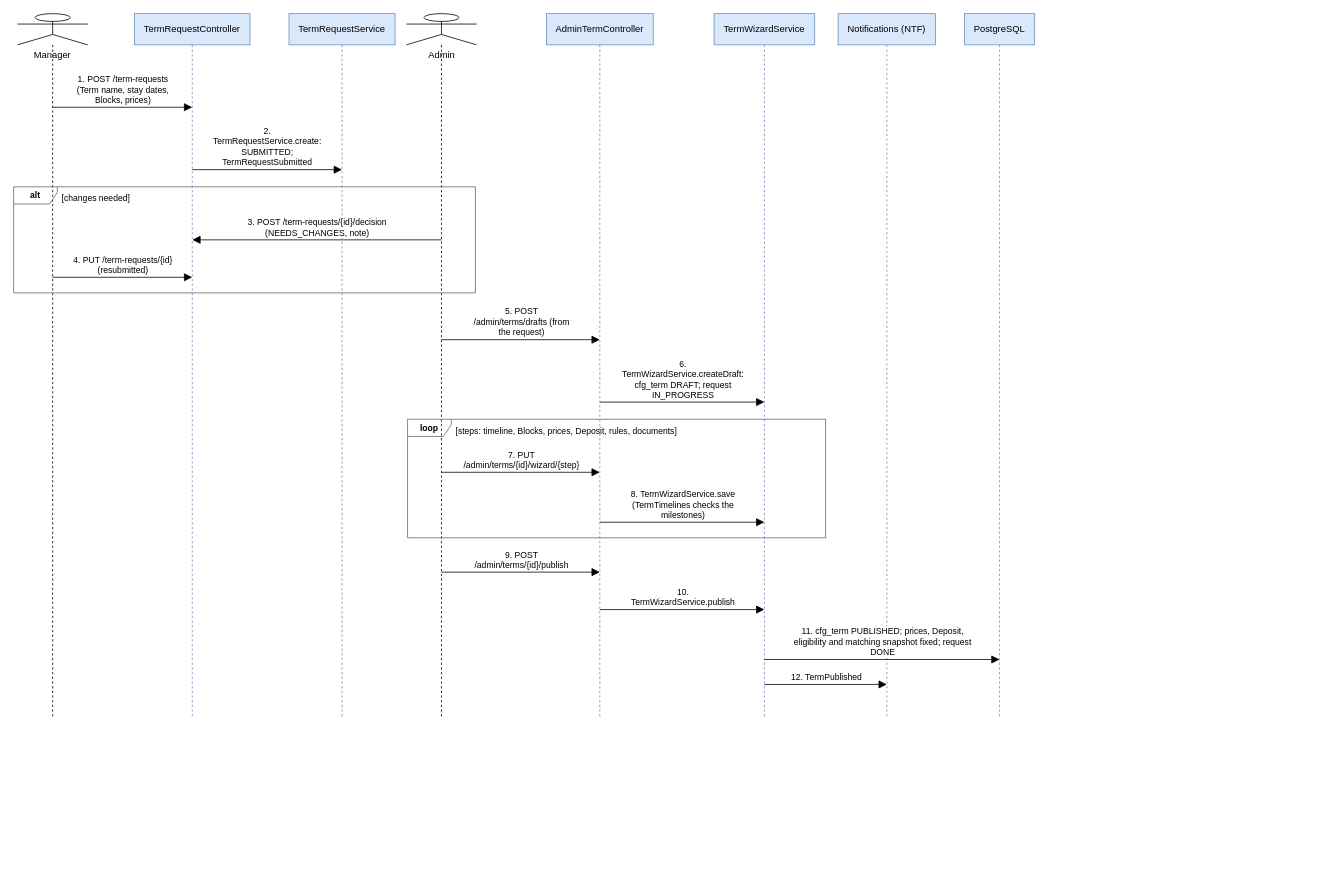
tisou47/CampusStay-FPT keeps this draw.io diagram as docs/Diagrams/07_Sequence/seq-13-term-wizard-publish.drawio. Above is the earlier version. Source tidied: cells renumbered, new cells numbered last; positions are measured from the earlier drawing's top-left corner, leaving out a move shared by most shapes. Both pictures are drawn from the tidied source at 78%, with x=0, y=0 at pixel (13, 13).
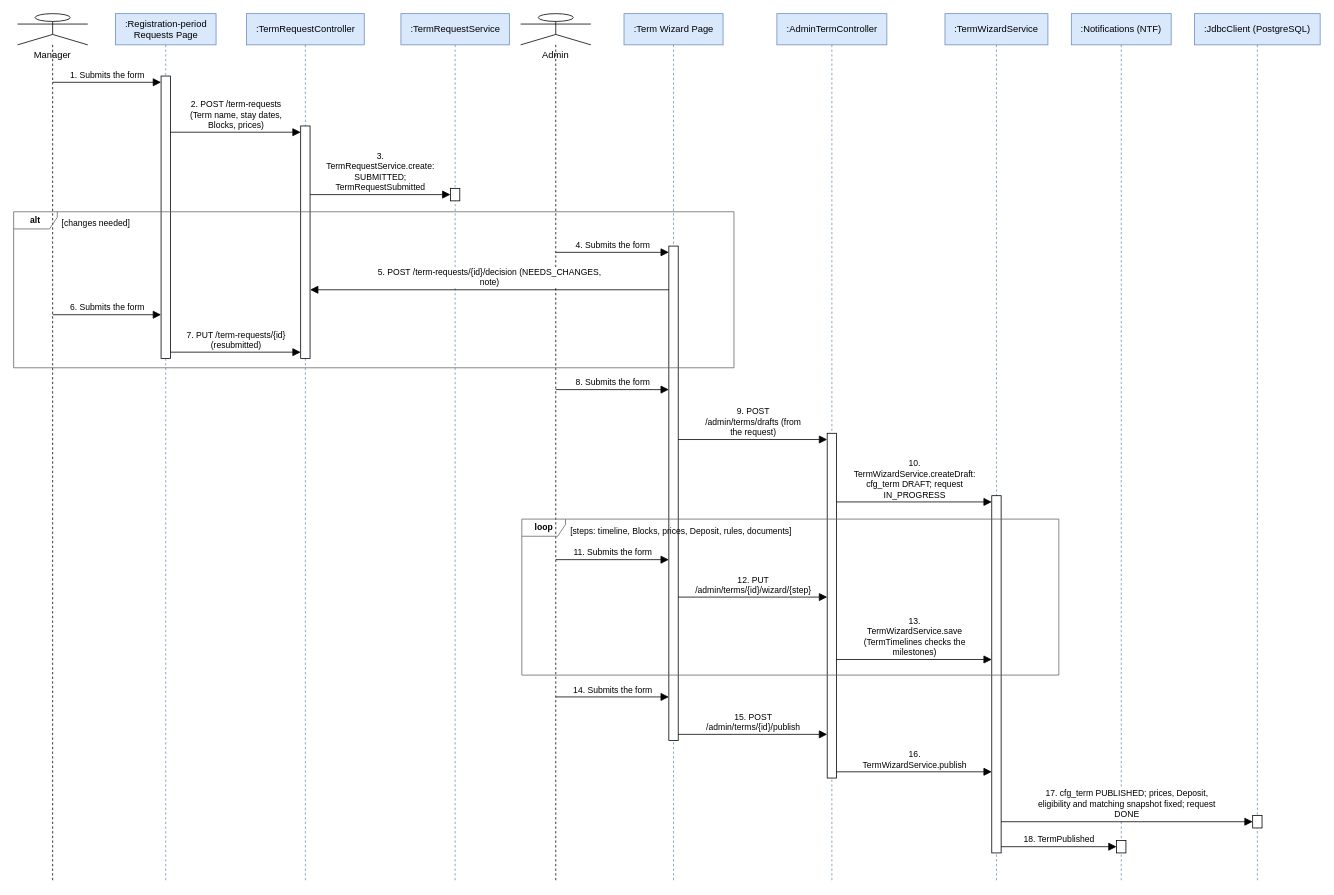
The same page after the edit.

The edit, as a diff of the source:
```diff
@@
     <mxCell id="2" value="Manager" style="shape=umlLifeline;participant=umlActor;perimeter=lifelinePerimeter;size=40;verticalAlign=top;spacingTop=40;html=1;whiteSpace=wrap;fontSize=12;fontFamily=Helvetica;" parent="1" vertex="1">
-      <mxGeometry x="5" width="90" height="904" as="geometry" />
+      <mxGeometry x="5" width="90" height="1112" as="geometry" />
     </mxCell>
+    <mxCell id="26" value=":Registration-period&lt;br&gt;Requests Page" style="shape=umlLifeline;perimeter=lifelinePerimeter;size=40;html=1;whiteSpace=wrap;fontSize=12;fontFamily=Helvetica;fillColor=#dae8fc;strokeColor=#6c8ebf;" parent="1" vertex="1">
+      <mxGeometry x="130.5" width="129" height="1112" as="geometry" />
+    </mxCell>
-    <mxCell id="3" value="TermRequestController" style="shape=umlLifeline;perimeter=lifelinePerimeter;size=40;html=1;whiteSpace=wrap;fontSize=12;fontFamily=Helvetica;fillColor=#dae8fc;strokeColor=#6c8ebf;" parent="1" vertex="1">
-      <mxGeometry x="155" width="148" height="904" as="geometry" />
+    <mxCell id="3" value=":TermRequestController" style="shape=umlLifeline;perimeter=lifelinePerimeter;size=40;html=1;whiteSpace=wrap;fontSize=12;fontFamily=Helvetica;fillColor=#dae8fc;strokeColor=#6c8ebf;" parent="1" vertex="1">
+      <mxGeometry x="298.5" width="151" height="1112" as="geometry" />
     </mxCell>
-    <mxCell id="4" value="TermRequestService" style="shape=umlLifeline;perimeter=lifelinePerimeter;size=40;html=1;whiteSpace=wrap;fontSize=12;fontFamily=Helvetica;fillColor=#dae8fc;strokeColor=#6c8ebf;" parent="1" vertex="1">
-      <mxGeometry x="353" width="136" height="904" as="geometry" />
+    <mxCell id="4" value=":TermRequestService" style="shape=umlLifeline;perimeter=lifelinePerimeter;size=40;html=1;whiteSpace=wrap;fontSize=12;fontFamily=Helvetica;fillColor=#dae8fc;strokeColor=#6c8ebf;" parent="1" vertex="1">
+      <mxGeometry x="496.5" width="139" height="1112" as="geometry" />
     </mxCell>
     <mxCell id="5" value="Admin" style="shape=umlLifeline;participant=umlActor;perimeter=lifelinePerimeter;size=40;verticalAlign=top;spacingTop=40;html=1;whiteSpace=wrap;fontSize=12;fontFamily=Helvetica;" parent="1" vertex="1">
-      <mxGeometry x="503.5" width="90" height="904" as="geometry" />
+      <mxGeometry x="650" width="90" height="1112" as="geometry" />
     </mxCell>
+    <mxCell id="27" value=":Term Wizard Page" style="shape=umlLifeline;perimeter=lifelinePerimeter;size=40;html=1;whiteSpace=wrap;fontSize=12;fontFamily=Helvetica;fillColor=#dae8fc;strokeColor=#6c8ebf;" parent="1" vertex="1">
+      <mxGeometry x="782.5" width="127" height="1112" as="geometry" />
+    </mxCell>
-    <mxCell id="6" value="AdminTermController" style="shape=umlLifeline;perimeter=lifelinePerimeter;size=40;html=1;whiteSpace=wrap;fontSize=12;fontFamily=Helvetica;fillColor=#dae8fc;strokeColor=#6c8ebf;" parent="1" vertex="1">
-      <mxGeometry x="683" width="137" height="904" as="geometry" />
+    <mxCell id="6" value=":AdminTermController" style="shape=umlLifeline;perimeter=lifelinePerimeter;size=40;html=1;whiteSpace=wrap;fontSize=12;fontFamily=Helvetica;fillColor=#dae8fc;strokeColor=#6c8ebf;" parent="1" vertex="1">
+      <mxGeometry x="978.5" width="141" height="1112" as="geometry" />
     </mxCell>
-    <mxCell id="7" value="TermWizardService" style="shape=umlLifeline;perimeter=lifelinePerimeter;size=40;html=1;whiteSpace=wrap;fontSize=12;fontFamily=Helvetica;fillColor=#dae8fc;strokeColor=#6c8ebf;" parent="1" vertex="1">
-      <mxGeometry x="898" width="129" height="904" as="geometry" />
+    <mxCell id="7" value=":TermWizardService" style="shape=umlLifeline;perimeter=lifelinePerimeter;size=40;html=1;whiteSpace=wrap;fontSize=12;fontFamily=Helvetica;fillColor=#dae8fc;strokeColor=#6c8ebf;" parent="1" vertex="1">
+      <mxGeometry x="1194" width="132" height="1112" as="geometry" />
     </mxCell>
-    <mxCell id="8" value="Notifications (NTF)" style="shape=umlLifeline;perimeter=lifelinePerimeter;size=40;html=1;whiteSpace=wrap;fontSize=12;fontFamily=Helvetica;fillColor=#dae8fc;strokeColor=#6c8ebf;" parent="1" vertex="1">
-      <mxGeometry x="1057" width="125" height="904" as="geometry" />
+    <mxCell id="8" value=":Notifications (NTF)" style="shape=umlLifeline;perimeter=lifelinePerimeter;size=40;html=1;whiteSpace=wrap;fontSize=12;fontFamily=Helvetica;fillColor=#dae8fc;strokeColor=#6c8ebf;" parent="1" vertex="1">
+      <mxGeometry x="1356" width="128" height="1112" as="geometry" />
     </mxCell>
-    <mxCell id="9" value="PostgreSQL" style="shape=umlLifeline;perimeter=lifelinePerimeter;size=40;html=1;whiteSpace=wrap;fontSize=12;fontFamily=Helvetica;fillColor=#dae8fc;strokeColor=#6c8ebf;" parent="1" vertex="1">
-      <mxGeometry x="1219" width="90" height="904" as="geometry" />
+    <mxCell id="9" value=":JdbcClient (PostgreSQL)" style="shape=umlLifeline;perimeter=lifelinePerimeter;size=40;html=1;whiteSpace=wrap;fontSize=12;fontFamily=Helvetica;fillColor=#dae8fc;strokeColor=#6c8ebf;" parent="1" vertex="1">
+      <mxGeometry x="1514" width="161" height="1112" as="geometry" />
     </mxCell>
-    <mxCell id="10" value="1. POST /term-requests&lt;br&gt;(Term name, stay dates,&lt;br&gt;Blocks, prices)" style="html=1;rounded=1;fontSize=11;fontFamily=Helvetica;labelBackgroundColor=#ffffff;verticalAlign=bottom;endArrow=block;endFill=1;endSize=8;" parent="1" edge="1">
-      <mxGeometry relative="1" as="geometry">
-        <mxPoint x="50" y="120" as="sourcePoint" />
-        <mxPoint x="229" y="120" as="targetPoint" />
-      </mxGeometry>
+    <mxCell id="10" style="rounded=0;whiteSpace=wrap;html=1;fillColor=#FFFFFF;strokeColor=#000000;" parent="1" vertex="1">
+      <mxGeometry x="189" y="80" width="12" height="362" as="geometry" />
     </mxCell>
-    <mxCell id="11" value="2.&lt;br&gt;TermRequestService.create:&lt;br&gt;SUBMITTED;&lt;br&gt;TermRequestSubmitted" style="html=1;rounded=1;fontSize=11;fontFamily=Helvetica;labelBackgroundColor=#ffffff;verticalAlign=bottom;endArrow=block;endFill=1;endSize=8;" parent="1" edge="1">
-      <mxGeometry relative="1" as="geometry">
-        <mxPoint x="229" y="200" as="sourcePoint" />
-        <mxPoint x="421" y="200" as="targetPoint" />
-      </mxGeometry>
+    <mxCell id="11" style="rounded=0;whiteSpace=wrap;html=1;fillColor=#FFFFFF;strokeColor=#000000;" parent="1" vertex="1">
+      <mxGeometry x="368" y="144" width="12" height="298" as="geometry" />
     </mxCell>
-    <mxCell id="12" value="3. POST /term-requests/{id}/decision&lt;br&gt;(NEEDS_CHANGES, note)" style="html=1;rounded=1;fontSize=11;fontFamily=Helvetica;labelBackgroundColor=#ffffff;verticalAlign=bottom;endArrow=block;endFill=1;endSize=8;" parent="1" edge="1">
-      <mxGeometry relative="1" as="geometry">
-        <mxPoint x="548.5" y="290" as="sourcePoint" />
-        <mxPoint x="229" y="290" as="targetPoint" />
-      </mxGeometry>
+    <mxCell id="12" style="rounded=0;whiteSpace=wrap;html=1;fillColor=#FFFFFF;strokeColor=#000000;" parent="1" vertex="1">
+      <mxGeometry x="560" y="224" width="12" height="16" as="geometry" />
     </mxCell>
-    <mxCell id="13" value="4. PUT /term-requests/{id}&lt;br&gt;(resubmitted)" style="html=1;rounded=1;fontSize=11;fontFamily=Helvetica;labelBackgroundColor=#ffffff;verticalAlign=bottom;endArrow=block;endFill=1;endSize=8;" parent="1" edge="1">
-      <mxGeometry relative="1" as="geometry">
-        <mxPoint x="50" y="338" as="sourcePoint" />
-        <mxPoint x="229" y="338" as="targetPoint" />
-      </mxGeometry>
+    <mxCell id="13" style="rounded=0;whiteSpace=wrap;html=1;fillColor=#FFFFFF;strokeColor=#000000;" parent="1" vertex="1">
+      <mxGeometry x="840" y="298" width="12" height="634" as="geometry" />
     </mxCell>
-    <mxCell id="14" value="alt" style="shape=umlFrame;whiteSpace=wrap;html=1;width=56;height=22;fontSize=11;fontStyle=1;fillColor=none;strokeColor=#666666;" parent="1" vertex="1">
-      <mxGeometry y="222" width="592" height="136" as="geometry" />
+    <mxCell id="14" style="rounded=0;whiteSpace=wrap;html=1;fillColor=#FFFFFF;strokeColor=#000000;" parent="1" vertex="1">
+      <mxGeometry x="1043" y="538" width="12" height="442" as="geometry" />
     </mxCell>
-    <mxCell id="15" value="[changes needed]" style="text;html=1;whiteSpace=wrap;fontSize=12;fontFamily=Helvetica;align=left;verticalAlign=top;fillColor=none;strokeColor=none;fontSize=11;" parent="1" vertex="1">
-      <mxGeometry x="60" y="224" width="118.7" height="20" as="geometry" />
+    <mxCell id="15" style="rounded=0;whiteSpace=wrap;html=1;fillColor=#FFFFFF;strokeColor=#000000;" parent="1" vertex="1">
+      <mxGeometry x="1254" y="618" width="12" height="458" as="geometry" />
     </mxCell>
-    <mxCell id="16" value="5. POST&lt;br&gt;/admin/terms/drafts (from&lt;br&gt;the request)" style="html=1;rounded=1;fontSize=11;fontFamily=Helvetica;labelBackgroundColor=#ffffff;verticalAlign=bottom;endArrow=block;endFill=1;endSize=8;" parent="1" edge="1">
-      <mxGeometry relative="1" as="geometry">
-        <mxPoint x="548.5" y="418" as="sourcePoint" />
-        <mxPoint x="751.5" y="418" as="targetPoint" />
-      </mxGeometry>
+    <mxCell id="16" style="rounded=0;whiteSpace=wrap;html=1;fillColor=#FFFFFF;strokeColor=#000000;" parent="1" vertex="1">
+      <mxGeometry x="1588.5" y="1028" width="12" height="16" as="geometry" />
     </mxCell>
-    <mxCell id="17" value="6.&lt;br&gt;TermWizardService.createDraft:&lt;br&gt;cfg_term DRAFT; request&lt;br&gt;IN_PROGRESS" style="html=1;rounded=1;fontSize=11;fontFamily=Helvetica;labelBackgroundColor=#ffffff;verticalAlign=bottom;endArrow=block;endFill=1;endSize=8;" parent="1" edge="1">
-      <mxGeometry relative="1" as="geometry">
-        <mxPoint x="751.5" y="498" as="sourcePoint" />
-        <mxPoint x="962.5" y="498" as="targetPoint" />
-      </mxGeometry>
+    <mxCell id="17" style="rounded=0;whiteSpace=wrap;html=1;fillColor=#FFFFFF;strokeColor=#000000;" parent="1" vertex="1">
+      <mxGeometry x="1414" y="1060" width="12" height="16" as="geometry" />
     </mxCell>
-    <mxCell id="18" value="7. PUT&lt;br&gt;/admin/terms/{id}/wizard/{step}" style="html=1;rounded=1;fontSize=11;fontFamily=Helvetica;labelBackgroundColor=#ffffff;verticalAlign=bottom;endArrow=block;endFill=1;endSize=8;" parent="1" edge="1">
+    <mxCell id="18" value="1. Submits the form" style="html=1;rounded=1;fontSize=11;fontFamily=Helvetica;labelBackgroundColor=#ffffff;verticalAlign=bottom;endArrow=block;endFill=1;endSize=8;" parent="1" edge="1">
       <mxGeometry relative="1" as="geometry">
-        <mxPoint x="548.5" y="588" as="sourcePoint" />
-        <mxPoint x="751.5" y="588" as="targetPoint" />
+        <mxPoint x="50" y="88" as="sourcePoint" />
+        <mxPoint x="189" y="88" as="targetPoint" />
       </mxGeometry>
     </mxCell>
-    <mxCell id="19" value="8. TermWizardService.save&lt;br&gt;(TermTimelines checks the&lt;br&gt;milestones)" style="html=1;rounded=1;fontSize=11;fontFamily=Helvetica;labelBackgroundColor=#ffffff;verticalAlign=bottom;endArrow=block;endFill=1;endSize=8;" parent="1" edge="1">
+    <mxCell id="19" value="2. POST /term-requests&lt;br&gt;(Term name, stay dates,&lt;br&gt;Blocks, prices)" style="html=1;rounded=1;fontSize=11;fontFamily=Helvetica;labelBackgroundColor=#ffffff;verticalAlign=bottom;endArrow=block;endFill=1;endSize=8;" parent="1" edge="1">
       <mxGeometry relative="1" as="geometry">
-        <mxPoint x="751.5" y="652" as="sourcePoint" />
-        <mxPoint x="962.5" y="652" as="targetPoint" />
+        <mxPoint x="201" y="152" as="sourcePoint" />
+        <mxPoint x="368" y="152" as="targetPoint" />
       </mxGeometry>
     </mxCell>
-    <mxCell id="20" value="loop" style="shape=umlFrame;whiteSpace=wrap;html=1;width=56;height=22;fontSize=11;fontStyle=1;fillColor=none;strokeColor=#666666;" parent="1" vertex="1">
-      <mxGeometry x="505" y="520" width="536" height="152" as="geometry" />
+    <mxCell id="20" value="3.&lt;br&gt;TermRequestService.create:&lt;br&gt;SUBMITTED;&lt;br&gt;TermRequestSubmitted" style="html=1;rounded=1;fontSize=11;fontFamily=Helvetica;labelBackgroundColor=#ffffff;verticalAlign=bottom;endArrow=block;endFill=1;endSize=8;" parent="1" edge="1">
+      <mxGeometry relative="1" as="geometry">
+        <mxPoint x="380" y="232" as="sourcePoint" />
+        <mxPoint x="560" y="232" as="targetPoint" />
+      </mxGeometry>
     </mxCell>
-    <mxCell id="21" value="[steps: timeline, Blocks, prices, Deposit, rules, documents]" style="text;html=1;whiteSpace=wrap;fontSize=12;fontFamily=Helvetica;align=left;verticalAlign=top;fillColor=none;strokeColor=none;fontSize=11;" parent="1" vertex="1">
-      <mxGeometry x="565" y="522" width="332.8" height="20" as="geometry" />
+    <mxCell id="21" value="4. Submits the form" style="html=1;rounded=1;fontSize=11;fontFamily=Helvetica;labelBackgroundColor=#ffffff;verticalAlign=bottom;endArrow=block;endFill=1;endSize=8;" parent="1" edge="1">
+      <mxGeometry relative="1" as="geometry">
+        <mxPoint x="695" y="306" as="sourcePoint" />
+        <mxPoint x="840" y="306" as="targetPoint" />
+      </mxGeometry>
     </mxCell>
-    <mxCell id="22" value="9. POST&lt;br&gt;/admin/terms/{id}/publish" style="html=1;rounded=1;fontSize=11;fontFamily=Helvetica;labelBackgroundColor=#ffffff;verticalAlign=bottom;endArrow=block;endFill=1;endSize=8;" parent="1" edge="1">
+    <mxCell id="22" value="5. POST /term-requests/{id}/decision (NEEDS_CHANGES,&lt;br&gt;note)" style="html=1;rounded=1;fontSize=11;fontFamily=Helvetica;labelBackgroundColor=#ffffff;verticalAlign=bottom;endArrow=block;endFill=1;endSize=8;" parent="1" edge="1">
       <mxGeometry relative="1" as="geometry">
-        <mxPoint x="548.5" y="716" as="sourcePoint" />
-        <mxPoint x="751.5" y="716" as="targetPoint" />
+        <mxPoint x="840" y="354" as="sourcePoint" />
+        <mxPoint x="380" y="354" as="targetPoint" />
       </mxGeometry>
     </mxCell>
-    <mxCell id="23" value="10.&lt;br&gt;TermWizardService.publish" style="html=1;rounded=1;fontSize=11;fontFamily=Helvetica;labelBackgroundColor=#ffffff;verticalAlign=bottom;endArrow=block;endFill=1;endSize=8;" parent="1" edge="1">
+    <mxCell id="23" value="6. Submits the form" style="html=1;rounded=1;fontSize=11;fontFamily=Helvetica;labelBackgroundColor=#ffffff;verticalAlign=bottom;endArrow=block;endFill=1;endSize=8;" parent="1" edge="1">
       <mxGeometry relative="1" as="geometry">
-        <mxPoint x="751.5" y="764" as="sourcePoint" />
-        <mxPoint x="962.5" y="764" as="targetPoint" />
+        <mxPoint x="50" y="386" as="sourcePoint" />
+        <mxPoint x="189" y="386" as="targetPoint" />
       </mxGeometry>
     </mxCell>
-    <mxCell id="24" value="11. cfg_term PUBLISHED; prices, Deposit,&lt;br&gt;eligibility and matching snapshot fixed; request&lt;br&gt;DONE" style="html=1;rounded=1;fontSize=11;fontFamily=Helvetica;labelBackgroundColor=#ffffff;verticalAlign=bottom;endArrow=block;endFill=1;endSize=8;" parent="1" edge="1">
+    <mxCell id="24" value="7. PUT /term-requests/{id}&lt;br&gt;(resubmitted)" style="html=1;rounded=1;fontSize=11;fontFamily=Helvetica;labelBackgroundColor=#ffffff;verticalAlign=bottom;endArrow=block;endFill=1;endSize=8;" parent="1" edge="1">
       <mxGeometry relative="1" as="geometry">
-        <mxPoint x="962.5" y="828" as="sourcePoint" />
-        <mxPoint x="1264" y="828" as="targetPoint" />
+        <mxPoint x="201" y="434" as="sourcePoint" />
+        <mxPoint x="368" y="434" as="targetPoint" />
       </mxGeometry>
     </mxCell>
-    <mxCell id="25" value="12. TermPublished" style="html=1;rounded=1;fontSize=11;fontFamily=Helvetica;labelBackgroundColor=#ffffff;verticalAlign=bottom;endArrow=block;endFill=1;endSize=8;" parent="1" edge="1">
-      <mxGeometry relative="1" as="geometry">
-        <mxPoint x="962.5" y="860" as="sourcePoint" />
-        <mxPoint x="1119.5" y="860" as="targetPoint" />
-      </mxGeometry>
+    <mxCell id="25" value="alt" style="shape=umlFrame;whiteSpace=wrap;html=1;width=56;height=22;fontSize=11;fontStyle=1;fillColor=none;strokeColor=#666666;" parent="1" vertex="1">
+      <mxGeometry y="254" width="923.5" height="200" as="geometry" />
     </mxCell>
+    <mxCell id="28" value="[changes needed]" style="text;html=1;whiteSpace=wrap;fontSize=12;fontFamily=Helvetica;align=left;verticalAlign=top;fillColor=none;strokeColor=none;fontSize=11;" parent="1" vertex="1">
+      <mxGeometry x="60" y="256" width="118.7" height="20" as="geometry" />
+    </mxCell>
+    <mxCell id="29" value="8. Submits the form" style="html=1;rounded=1;fontSize=11;fontFamily=Helvetica;labelBackgroundColor=#ffffff;verticalAlign=bottom;endArrow=block;endFill=1;endSize=8;" parent="1" edge="1">
+      <mxGeometry relative="1" as="geometry">
+        <mxPoint x="695" y="482" as="sourcePoint" />
+        <mxPoint x="840" y="482" as="targetPoint" />
+      </mxGeometry>
+    </mxCell>
+    <mxCell id="30" value="9. POST&lt;br&gt;/admin/terms/drafts (from&lt;br&gt;the request)" style="html=1;rounded=1;fontSize=11;fontFamily=Helvetica;labelBackgroundColor=#ffffff;verticalAlign=bottom;endArrow=block;endFill=1;endSize=8;" parent="1" edge="1">
+      <mxGeometry relative="1" as="geometry">
+        <mxPoint x="852" y="546" as="sourcePoint" />
+        <mxPoint x="1043" y="546" as="targetPoint" />
+      </mxGeometry>
+    </mxCell>
+    <mxCell id="31" value="10.&lt;br&gt;TermWizardService.createDraft:&lt;br&gt;cfg_term DRAFT; request&lt;br&gt;IN_PROGRESS" style="html=1;rounded=1;fontSize=11;fontFamily=Helvetica;labelBackgroundColor=#ffffff;verticalAlign=bottom;endArrow=block;endFill=1;endSize=8;" parent="1" edge="1">
+      <mxGeometry relative="1" as="geometry">
+        <mxPoint x="1055" y="626" as="sourcePoint" />
+        <mxPoint x="1254" y="626" as="targetPoint" />
+      </mxGeometry>
+    </mxCell>
+    <mxCell id="32" value="11. Submits the form" style="html=1;rounded=1;fontSize=11;fontFamily=Helvetica;labelBackgroundColor=#ffffff;verticalAlign=bottom;endArrow=block;endFill=1;endSize=8;" parent="1" edge="1">
+      <mxGeometry relative="1" as="geometry">
+        <mxPoint x="695" y="700" as="sourcePoint" />
+        <mxPoint x="840" y="700" as="targetPoint" />
+      </mxGeometry>
+    </mxCell>
+    <mxCell id="33" value="12. PUT&lt;br&gt;/admin/terms/{id}/wizard/{step}" style="html=1;rounded=1;fontSize=11;fontFamily=Helvetica;labelBackgroundColor=#ffffff;verticalAlign=bottom;endArrow=block;endFill=1;endSize=8;" parent="1" edge="1">
+      <mxGeometry relative="1" as="geometry">
+        <mxPoint x="852" y="748" as="sourcePoint" />
+        <mxPoint x="1043" y="748" as="targetPoint" />
+      </mxGeometry>
+    </mxCell>
+    <mxCell id="34" value="13.&lt;br&gt;TermWizardService.save&lt;br&gt;(TermTimelines checks the&lt;br&gt;milestones)" style="html=1;rounded=1;fontSize=11;fontFamily=Helvetica;labelBackgroundColor=#ffffff;verticalAlign=bottom;endArrow=block;endFill=1;endSize=8;" parent="1" edge="1">
+      <mxGeometry relative="1" as="geometry">
+        <mxPoint x="1055" y="828" as="sourcePoint" />
+        <mxPoint x="1254" y="828" as="targetPoint" />
+      </mxGeometry>
+    </mxCell>
+    <mxCell id="35" value="loop" style="shape=umlFrame;whiteSpace=wrap;html=1;width=56;height=22;fontSize=11;fontStyle=1;fillColor=none;strokeColor=#666666;" parent="1" vertex="1">
+      <mxGeometry x="651.5" y="648" width="688.5" height="200" as="geometry" />
+    </mxCell>
+    <mxCell id="36" value="[steps: timeline, Blocks, prices, Deposit, rules, documents]" style="text;html=1;whiteSpace=wrap;fontSize=12;fontFamily=Helvetica;align=left;verticalAlign=top;fillColor=none;strokeColor=none;fontSize=11;" parent="1" vertex="1">
+      <mxGeometry x="711.5" y="650" width="332.8" height="20" as="geometry" />
+    </mxCell>
+    <mxCell id="37" value="14. Submits the form" style="html=1;rounded=1;fontSize=11;fontFamily=Helvetica;labelBackgroundColor=#ffffff;verticalAlign=bottom;endArrow=block;endFill=1;endSize=8;" parent="1" edge="1">
+      <mxGeometry relative="1" as="geometry">
+        <mxPoint x="695" y="876" as="sourcePoint" />
+        <mxPoint x="840" y="876" as="targetPoint" />
+      </mxGeometry>
+    </mxCell>
+    <mxCell id="38" value="15. POST&lt;br&gt;/admin/terms/{id}/publish" style="html=1;rounded=1;fontSize=11;fontFamily=Helvetica;labelBackgroundColor=#ffffff;verticalAlign=bottom;endArrow=block;endFill=1;endSize=8;" parent="1" edge="1">
+      <mxGeometry relative="1" as="geometry">
+        <mxPoint x="852" y="924" as="sourcePoint" />
+        <mxPoint x="1043" y="924" as="targetPoint" />
+      </mxGeometry>
+    </mxCell>
+    <mxCell id="39" value="16.&lt;br&gt;TermWizardService.publish" style="html=1;rounded=1;fontSize=11;fontFamily=Helvetica;labelBackgroundColor=#ffffff;verticalAlign=bottom;endArrow=block;endFill=1;endSize=8;" parent="1" edge="1">
+      <mxGeometry relative="1" as="geometry">
+        <mxPoint x="1055" y="972" as="sourcePoint" />
+        <mxPoint x="1254" y="972" as="targetPoint" />
+      </mxGeometry>
+    </mxCell>
+    <mxCell id="40" value="17. cfg_term PUBLISHED; prices, Deposit,&lt;br&gt;eligibility and matching snapshot fixed; request&lt;br&gt;DONE" style="html=1;rounded=1;fontSize=11;fontFamily=Helvetica;labelBackgroundColor=#ffffff;verticalAlign=bottom;endArrow=block;endFill=1;endSize=8;" parent="1" edge="1">
+      <mxGeometry relative="1" as="geometry">
+        <mxPoint x="1266" y="1036" as="sourcePoint" />
+        <mxPoint x="1588.5" y="1036" as="targetPoint" />
+      </mxGeometry>
+    </mxCell>
+    <mxCell id="41" value="18. TermPublished" style="html=1;rounded=1;fontSize=11;fontFamily=Helvetica;labelBackgroundColor=#ffffff;verticalAlign=bottom;endArrow=block;endFill=1;endSize=8;" parent="1" edge="1">
+      <mxGeometry relative="1" as="geometry">
+        <mxPoint x="1266" y="1068" as="sourcePoint" />
+        <mxPoint x="1414" y="1068" as="targetPoint" />
+      </mxGeometry>
+    </mxCell>
```
